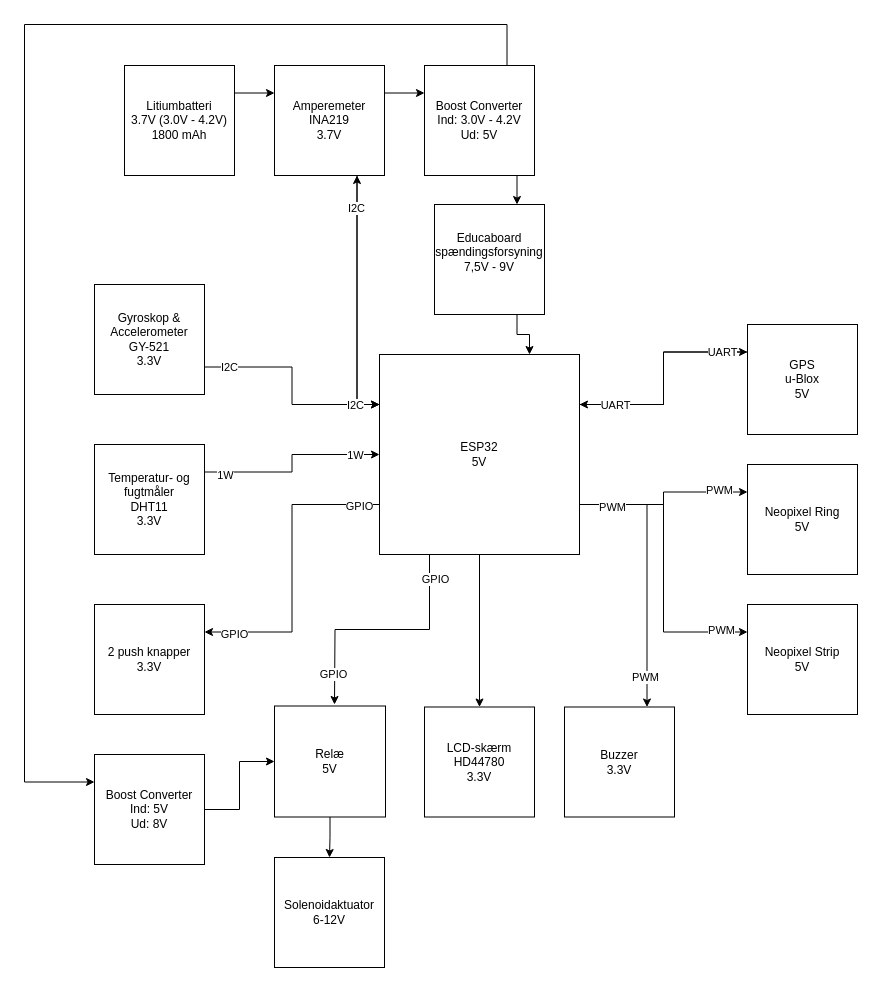
This is Blokdiagram/Blokdiagram.drawio from KEA-E24-B9-IOT1/E24-B9-IoT1, a draw.io file, before an edit. Source tidied: cells renumbered, new cells numbered last; positions are measured from the earlier drawing's top-left corner, leaving out a move shared by most shapes. Both pictures are drawn from the tidied source at 100%, with x=0, y=0 at pixel (24, 24).
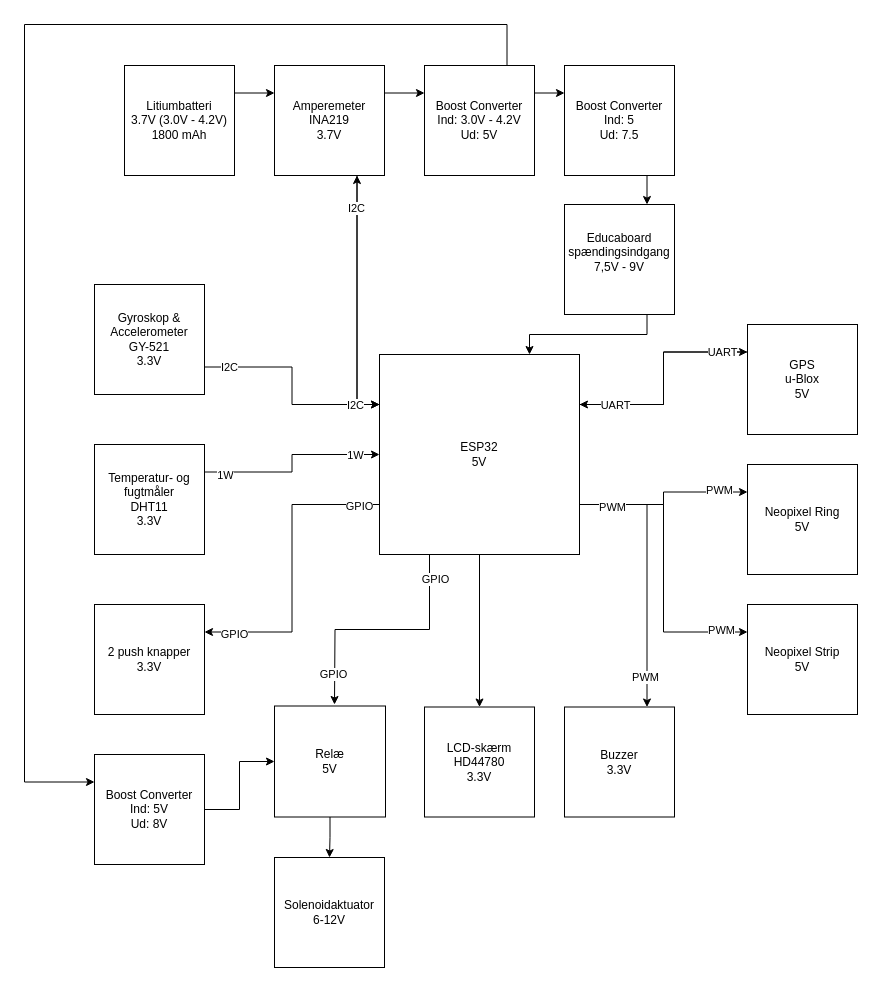
Above is the later version.

The change refers to these unchanged cells:
```xml
<mxCell id="9" value="&lt;div&gt;Boost Converter&lt;/div&gt;&lt;div&gt;Ind: 3.0V - 4.2V&lt;/div&gt;&lt;div&gt;Ud: 5V&lt;br&gt;&lt;/div&gt;" style="whiteSpace=wrap;html=1;" parent="1" vertex="1">
  <mxGeometry x="400" y="41" width="110" height="110" as="geometry" />
</mxCell>
```

Change to the diagram source:
```diff
@@
+    <mxCell id="52" style="edgeStyle=orthogonalEdgeStyle;rounded=0;jettySize=auto;html=1;exitX=1;exitY=0.25;exitDx=0;exitDy=0;entryX=0;entryY=0.25;entryDx=0;entryDy=0;" parent="1" edge="1" source="9" target="54">
+      <mxGeometry relative="1" as="geometry" />
+    </mxCell>
@@
-    <mxCell id="50" style="edgeStyle=orthogonalEdgeStyle;rounded=0;jettySize=auto;html=1;exitX=0.75;exitY=1;exitDx=0;exitDy=0;entryX=0.75;entryY=0;entryDx=0;entryDy=0;" parent="1" edge="1" source="9" target="51">
-      <mxGeometry relative="1" as="geometry" />
-    </mxCell>
-    <mxCell id="51" value="Educaboard spændingsforsyning&lt;div&gt;7,5V - 9V&lt;div&gt;&lt;br&gt;&lt;/div&gt;&lt;/div&gt;" style="whiteSpace=wrap;html=1;" parent="1" vertex="1">
-      <mxGeometry x="410" y="180" width="110" height="110" as="geometry" />
+    <mxCell id="51" value="Educaboard spændingsindgang&lt;div&gt;7,5V - 9V&lt;div&gt;&lt;br&gt;&lt;/div&gt;&lt;/div&gt;" style="whiteSpace=wrap;html=1;" parent="1" vertex="1">
+      <mxGeometry x="540" y="180" width="110" height="110" as="geometry" />
     </mxCell>
+    <mxCell id="53" style="edgeStyle=orthogonalEdgeStyle;rounded=0;jettySize=auto;html=1;exitX=0.75;exitY=1;exitDx=0;exitDy=0;entryX=0.75;entryY=0;entryDx=0;entryDy=0;" parent="1" edge="1" source="54" target="51">
+      <mxGeometry relative="1" as="geometry" />
+    </mxCell>
+    <mxCell id="54" value="&lt;div&gt;Boost Converter&lt;/div&gt;&lt;div&gt;Ind: 5&lt;/div&gt;&lt;div&gt;Ud: 7.5&lt;br&gt;&lt;/div&gt;" style="whiteSpace=wrap;html=1;" parent="1" vertex="1">
+      <mxGeometry x="540" y="41" width="110" height="110" as="geometry" />
+    </mxCell>
```
